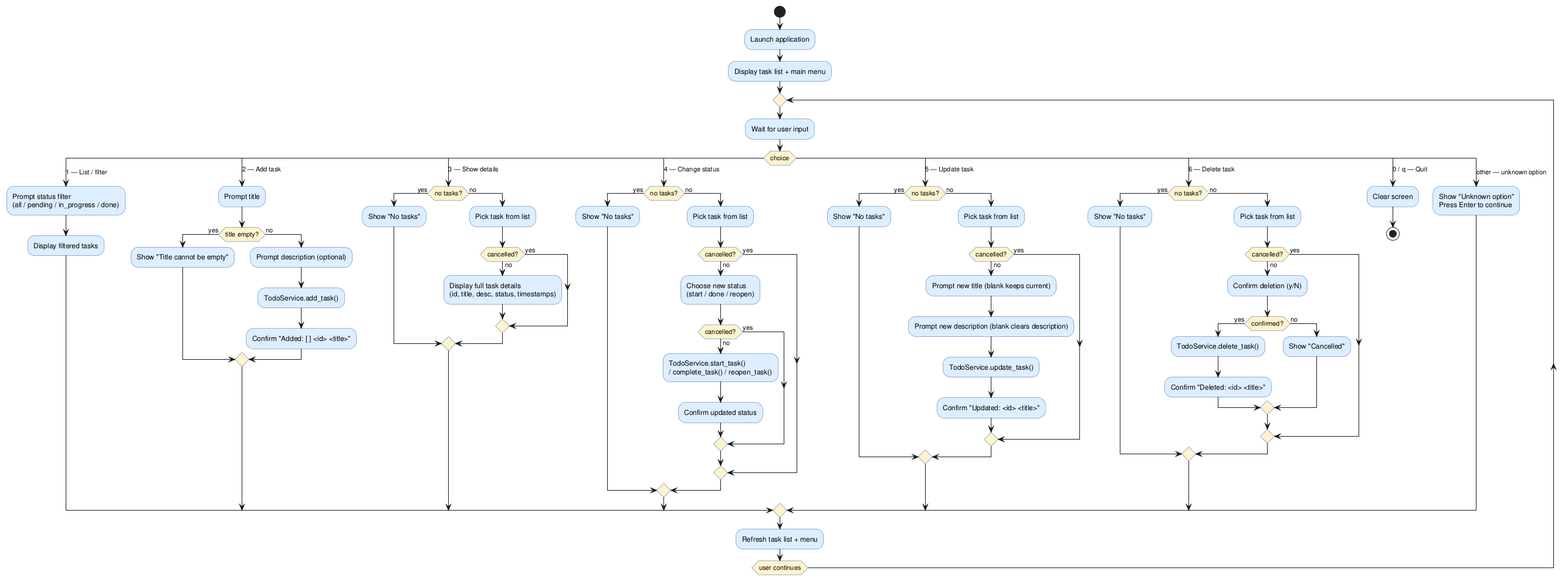
Above: baseline/TODO/artifacts/activity_diagram.png in DanielRiha8906/Software_autoevolution_using_agents (PlantUML), before the change. Source of this version:
```plantuml
@startuml activity_diagram

skinparam activityBackgroundColor #DDEEFF
skinparam activityBorderColor     #3366AA
skinparam activityDiamondBackgroundColor #FFF3CC

start

:Launch application;
:Display task list + main menu;

repeat

  :Wait for user input;

  switch (choice)

    case (1 — List / filter)
      :Prompt status filter\n(all / pending / in_progress / done);
      :Display filtered tasks;

    case (2 — Add task)
      :Prompt title;
      if (title empty?) then (yes)
        :Show "Title cannot be empty";
      else (no)
        :Prompt description (optional);
        :TodoService.add_task();
        :Confirm "Added: [ ] <id> <title>";
      endif

    case (3 — Show details)
      if (no tasks?) then (yes)
        :Show "No tasks";
      else (no)
        :Pick task from list;
        if (cancelled?) then (yes)
        else (no)
          :Display full task details\n(id, title, desc, status, timestamps);
        endif
      endif

    case (4 — Change status)
      if (no tasks?) then (yes)
        :Show "No tasks";
      else (no)
        :Pick task from list;
        if (cancelled?) then (yes)
        else (no)
          :Choose new status\n(start / done / reopen);
          if (cancelled?) then (yes)
          else (no)
            :TodoService.start_task()\n/ complete_task() / reopen_task();
            :Confirm updated status;
          endif
        endif
      endif

    case (5 — Update task)
      if (no tasks?) then (yes)
        :Show "No tasks";
      else (no)
        :Pick task from list;
        if (cancelled?) then (yes)
        else (no)
          :Prompt new title (blank keeps current);
          :Prompt new description (blank clears description);
          :TodoService.update_task();
          :Confirm "Updated: <id> <title>";
        endif
      endif

    case (6 — Delete task)
      if (no tasks?) then (yes)
        :Show "No tasks";
      else (no)
        :Pick task from list;
        if (cancelled?) then (yes)
        else (no)
          :Confirm deletion (y/N);
          if (confirmed?) then (yes)
            :TodoService.delete_task();
            :Confirm "Deleted: <id> <title>";
          else (no)
            :Show "Cancelled";
          endif
        endif
      endif

    case (0 / q — Quit)
      :Clear screen;
      stop

    case (other — unknown option)
      :Show "Unknown option"\nPress Enter to continue;

  endswitch

  :Refresh task list + menu;

repeat while (user continues)

@enduml
```
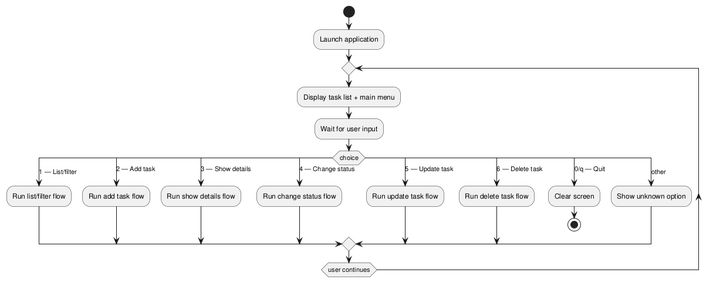
After the change.

Diff of the diagram source:
```diff
@@ -1,102 +1,31 @@
-@startuml activity_diagram
-
-skinparam activityBackgroundColor #DDEEFF
-skinparam activityBorderColor     #3366AA
-skinparam activityDiamondBackgroundColor #FFF3CC
+@startuml
 
 start
-
 :Launch application;
-:Display task list + main menu;
 
 repeat
-
+  :Display task list + main menu;
   :Wait for user input;
 
   switch (choice)
-
-    case (1 — List / filter)
-      :Prompt status filter\n(all / pending / in_progress / done);
-      :Display filtered tasks;
-
+    case (1 — List/filter)
+      :Run list/filter flow;
     case (2 — Add task)
-      :Prompt title;
-      if (title empty?) then (yes)
-        :Show "Title cannot be empty";
-      else (no)
-        :Prompt description (optional);
-        :TodoService.add_task();
-        :Confirm "Added: [ ] <id> <title>";
-      endif
-
+      :Run add task flow;
     case (3 — Show details)
-      if (no tasks?) then (yes)
-        :Show "No tasks";
-      else (no)
-        :Pick task from list;
-        if (cancelled?) then (yes)
-        else (no)
-          :Display full task details\n(id, title, desc, status, timestamps);
-        endif
-      endif
-
+      :Run show details flow;
     case (4 — Change status)
-      if (no tasks?) then (yes)
-        :Show "No tasks";
-      else (no)
-        :Pick task from list;
-        if (cancelled?) then (yes)
-        else (no)
-          :Choose new status\n(start / done / reopen);
-          if (cancelled?) then (yes)
-          else (no)
-            :TodoService.start_task()\n/ complete_task() / reopen_task();
-            :Confirm updated status;
-          endif
-        endif
-      endif
-
+      :Run change status flow;
     case (5 — Update task)
-      if (no tasks?) then (yes)
-        :Show "No tasks";
-      else (no)
-        :Pick task from list;
-        if (cancelled?) then (yes)
-        else (no)
-          :Prompt new title (blank keeps current);
-          :Prompt new description (blank clears description);
-          :TodoService.update_task();
-          :Confirm "Updated: <id> <title>";
-        endif
-      endif
-
+      :Run update task flow;
     case (6 — Delete task)
-      if (no tasks?) then (yes)
-        :Show "No tasks";
-      else (no)
-        :Pick task from list;
-        if (cancelled?) then (yes)
-        else (no)
-          :Confirm deletion (y/N);
-          if (confirmed?) then (yes)
-            :TodoService.delete_task();
-            :Confirm "Deleted: <id> <title>";
-          else (no)
-            :Show "Cancelled";
-          endif
-        endif
-      endif
-
-    case (0 / q — Quit)
+      :Run delete task flow;
+    case (0/q — Quit)
       :Clear screen;
       stop
-
-    case (other — unknown option)
-      :Show "Unknown option"\nPress Enter to continue;
-
+    case (other)
+      :Show unknown option;
   endswitch
-
-  :Refresh task list + menu;
 
 repeat while (user continues)
 
```
